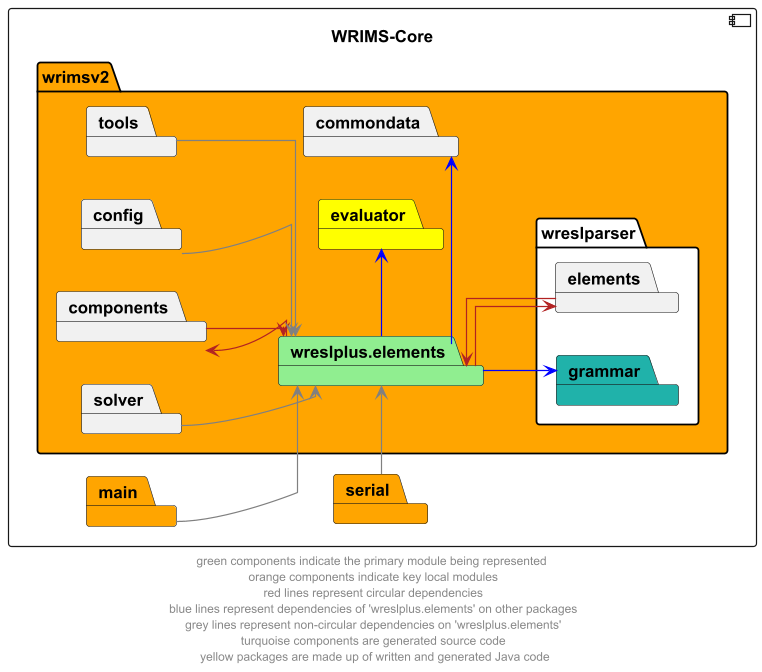
Above: docs/diagrams/wrims-core/wrims-core_wreslplus-elements.png in CentralValleyModeling/wrims-engine (PlantUML), before the change. The source it was exported from:
```plantuml
@startuml
left to right direction
skinparam linetype ortho

component wrims_core as "WRIMS-Core" {
        package wrimsv2 #orange {
            package wreslplus.elements #lightgreen
        package commondata
        package components
        package evaluator #yellow
        package wreslparser #white {
            package elements
            package grammar #lightseagreen
        }
        package config
        package solver
        package tools
    }
    package main #orange
    package serial #orange
}

wreslplus.elements -l->  components #firebrick
components -->  wreslplus.elements #firebrick
wreslplus.elements -->  elements #firebrick
elements -l->  wreslplus.elements #firebrick

wreslplus.elements -r->  commondata #blue
wreslplus.elements -r->  evaluator #blue
wreslplus.elements -->  grammar #blue

config -->  wreslplus.elements #grey
solver -->  wreslplus.elements #grey
tools -->  wreslplus.elements #grey

main --> wreslplus.elements #grey
serial -r-> wreslplus.elements #grey

elements -u[hidden]-> tools
serial -u[hidden]-> main
components -r[hidden]-> config

footer "green components indicate the primary module being represented \n orange components indicate key local modules \n red lines represent circular dependencies \n blue lines represent dependencies of 'wreslplus.elements' on other packages \n grey lines represent non-circular dependencies on 'wreslplus.elements' \n turquoise components are generated source code \n yellow packages are made up of written and generated Java code"
@enduml
```
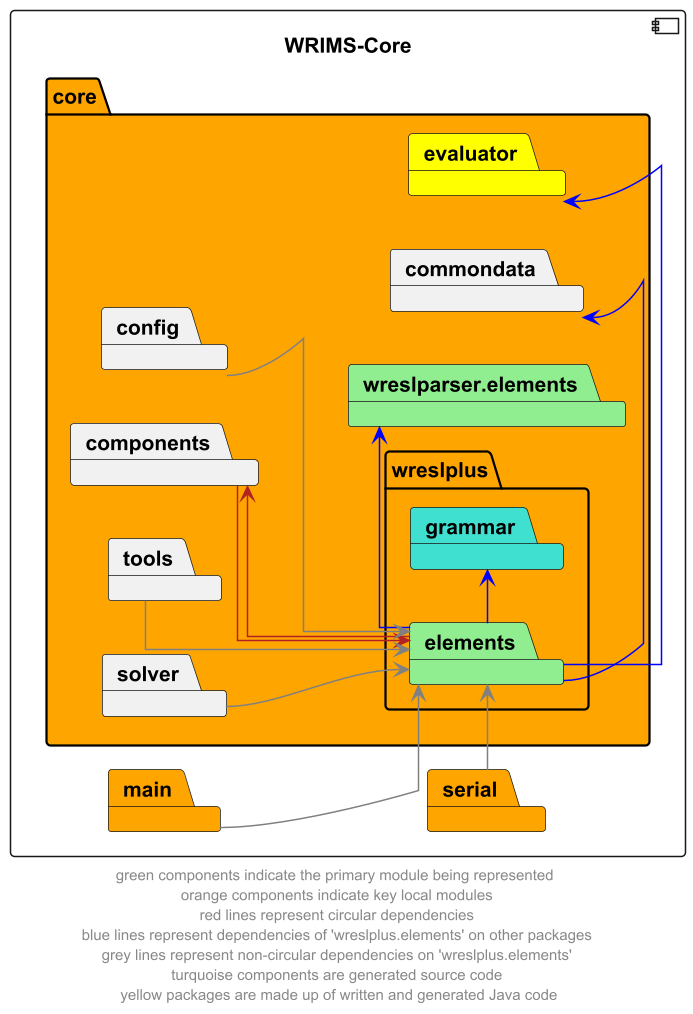
Later version of the same file.

Change to the diagram source:
```diff
@@ -3,15 +3,15 @@
 skinparam linetype ortho
 
 component wrims_core as "WRIMS-Core" {
-        package wrimsv2 #orange {
-            package wreslplus.elements #lightgreen
+        package core #orange {
+        package wreslparser.elements #lightgreen
         package commondata
         package components
         package evaluator #yellow
-        package wreslparser #white {
-            package elements
-            package grammar #lightseagreen
-        }
+        package wreslplus{
+            package elements #lightgreen
+            package grammar #turquoise
+            }
         package config
         package solver
         package tools
@@ -20,21 +20,20 @@
     package serial #orange
 }
 
-wreslplus.elements -l->  components #firebrick
-components -->  wreslplus.elements #firebrick
-wreslplus.elements -->  elements #firebrick
-elements -l->  wreslplus.elements #firebrick
+elements -l->  components #firebrick
+components -->  elements #firebrick
 
-wreslplus.elements -r->  commondata #blue
-wreslplus.elements -r->  evaluator #blue
-wreslplus.elements -->  grammar #blue
+elements -r->  evaluator #blue
+elements -r->  commondata #blue
+elements -r->  grammar #blue
+elements -r->  wreslparser.elements #blue
 
-config -->  wreslplus.elements #grey
-solver -->  wreslplus.elements #grey
-tools -->  wreslplus.elements #grey
+config -->  elements #grey
+solver -->  elements #grey
+tools -->  elements #grey
 
-main --> wreslplus.elements #grey
-serial -r-> wreslplus.elements #grey
+main --> elements #grey
+serial -r-> elements #grey
 
 elements -u[hidden]-> tools
 serial -u[hidden]-> main
```
